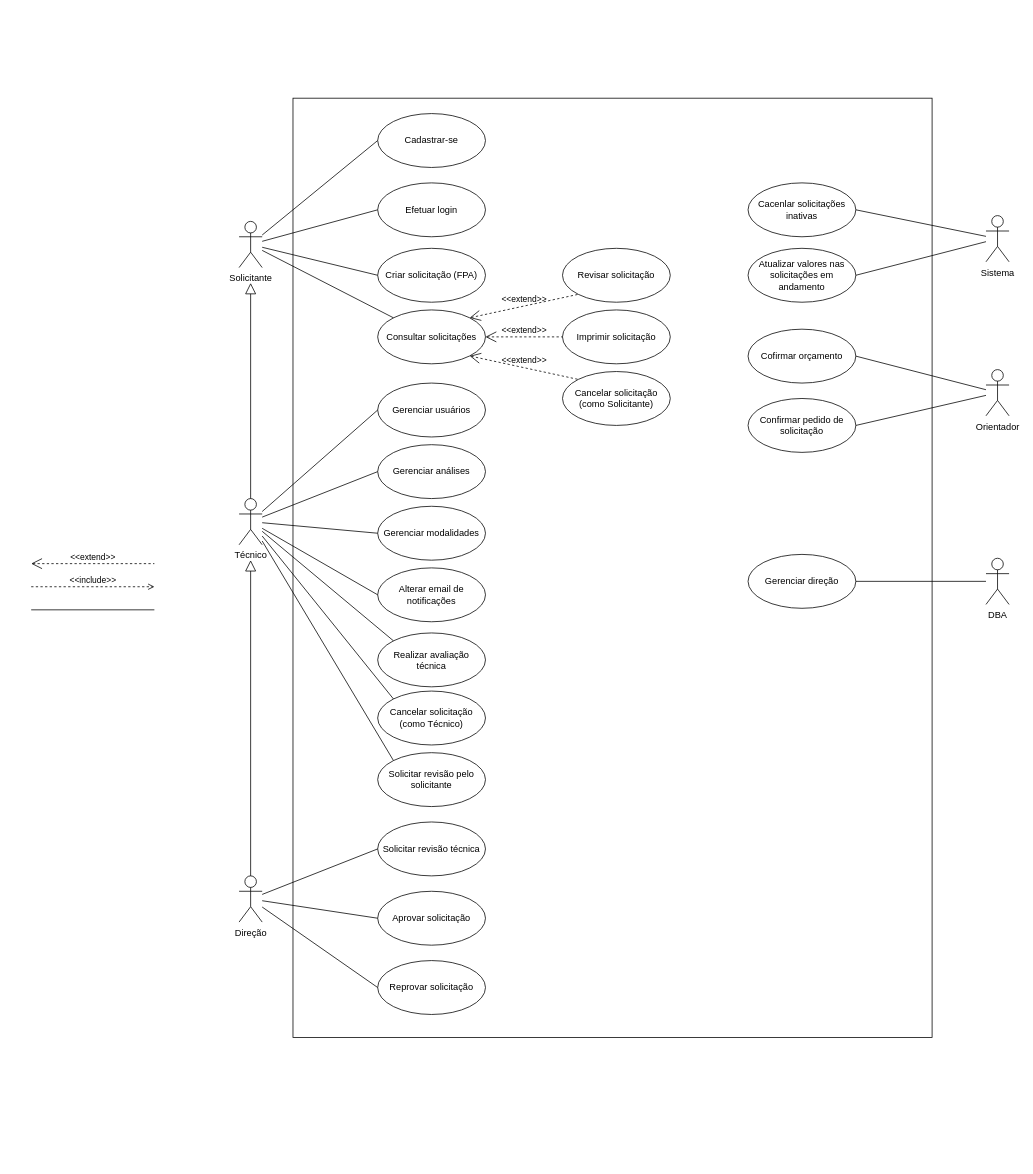
This is docs/diagrama de casos de uso.drawio from CEPAG-UFPR/LAMIR-SisLAMIR-doc, a draw.io file, before an edit. Source tidied: cells renumbered, new cells numbered last; positions are measured from the earlier drawing's top-left corner, leaving out a move shared by most shapes. Both pictures are drawn from the tidied source at 77%, with x=0, y=0 at pixel (31, 98).
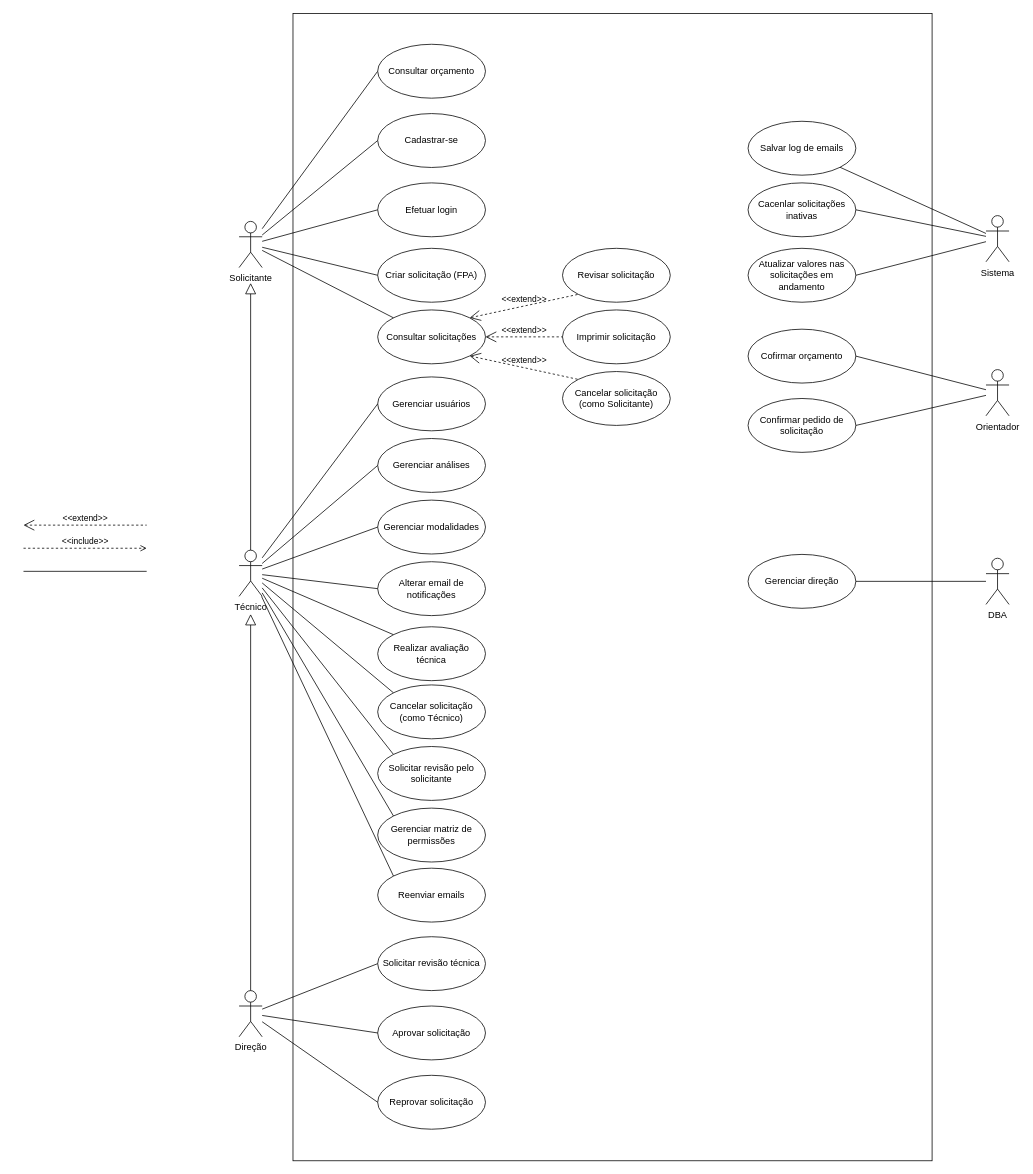
The same page after the edit.

The change refers to these unchanged cells:
```xml
<mxCell id="3" value="Solicitante" style="shape=umlActor;verticalLabelPosition=bottom;verticalAlign=top;html=1;outlineConnect=0;" parent="1" vertex="1">
  <mxGeometry x="270" y="160" width="30" height="60" as="geometry" />
</mxCell>
<mxCell id="5" value="Sistema" style="shape=umlActor;verticalLabelPosition=bottom;verticalAlign=top;html=1;outlineConnect=0;" parent="1" vertex="1">
  <mxGeometry x="1240" y="152.5" width="30" height="60" as="geometry" />
</mxCell>
```

Change to the diagram source:
```diff
@@
     <mxCell id="2" style="rounded=0;whiteSpace=wrap;html=1;fillColor=none;" parent="1" vertex="1">
-      <mxGeometry x="340" width="830" height="1220" as="geometry" />
+      <mxGeometry x="340" y="-110" width="830" height="1490" as="geometry" />
     </mxCell>
+    <mxCell id="58" style="rounded=0;jettySize=auto;html=1;entryX=0;entryY=0.5;entryDx=0;entryDy=0;endArrow=none;startFill=0;" parent="1" edge="1" source="3" target="59">
+      <mxGeometry relative="1" as="geometry" />
+    </mxCell>
@@
     <mxCell id="6" value="Técnico" style="shape=umlActor;verticalLabelPosition=bottom;verticalAlign=top;html=1;outlineConnect=0;" parent="1" vertex="1">
-      <mxGeometry x="270" y="520" width="30" height="60" as="geometry" />
+      <mxGeometry x="270" y="587" width="30" height="60" as="geometry" />
     </mxCell>
     <mxCell id="7" value="Direção" style="shape=umlActor;verticalLabelPosition=bottom;verticalAlign=top;html=1;outlineConnect=0;" parent="1" vertex="1">
-      <mxGeometry x="270" y="1010" width="30" height="60" as="geometry" />
+      <mxGeometry x="270" y="1159" width="30" height="60" as="geometry" />
     </mxCell>
     <mxCell id="8" style="edgeStyle=none;html=1;endArrow=block;endFill=0;endSize=12;verticalAlign=bottom;rounded=0;exitX=0.5;exitY=0;exitDx=0;exitDy=0;exitPerimeter=0;" parent="1" edge="1" source="7">
       <mxGeometry relative="1" as="geometry">
-        <mxPoint x="285" y="600" as="targetPoint" />
+        <mxPoint x="285" y="670" as="targetPoint" />
       </mxGeometry>
     </mxCell>
@@
     <mxCell id="10" style="edgeStyle=none;html=1;endArrow=none;verticalAlign=bottom;rounded=0;" parent="1" edge="1">
       <mxGeometry relative="1" as="geometry">
-        <mxPoint y="664.5" as="sourcePoint" />
-        <mxPoint x="160" y="664.5" as="targetPoint" />
+        <mxPoint x="-10" y="614.5" as="sourcePoint" />
+        <mxPoint x="150" y="614.5" as="targetPoint" />
       </mxGeometry>
     </mxCell>
     <mxCell id="11" value="&amp;lt;&amp;lt;include&amp;gt;&amp;gt;" style="edgeStyle=none;html=1;endArrow=open;verticalAlign=bottom;dashed=1;labelBackgroundColor=none;rounded=0;" parent="1" edge="1">
       <mxGeometry relative="1" as="geometry">
-        <mxPoint y="634.5" as="sourcePoint" />
-        <mxPoint x="160" y="634.5" as="targetPoint" />
+        <mxPoint x="-10" y="584.5" as="sourcePoint" />
+        <mxPoint x="150" y="584.5" as="targetPoint" />
       </mxGeometry>
     </mxCell>
     <mxCell id="12" value="&amp;lt;&amp;lt;extend&amp;gt;&amp;gt;" style="edgeStyle=none;html=1;startArrow=open;endArrow=none;startSize=12;verticalAlign=bottom;dashed=1;labelBackgroundColor=none;rounded=0;" parent="1" edge="1">
       <mxGeometry relative="1" as="geometry">
-        <mxPoint y="604.5" as="sourcePoint" />
-        <mxPoint x="160" y="604.5" as="targetPoint" />
+        <mxPoint x="-10" y="554.5" as="sourcePoint" />
+        <mxPoint x="150" y="554.5" as="targetPoint" />
       </mxGeometry>
     </mxCell>
@@
     <mxCell id="27" value="Gerenciar usuários" style="ellipse;whiteSpace=wrap;html=1;" parent="1" vertex="1">
-      <mxGeometry x="450" y="370" width="140" height="70" as="geometry" />
+      <mxGeometry x="450" y="362" width="140" height="70" as="geometry" />
     </mxCell>
     <mxCell id="28" value="Gerenciar análises" style="ellipse;whiteSpace=wrap;html=1;" parent="1" vertex="1">
-      <mxGeometry x="450" y="450" width="140" height="70" as="geometry" />
+      <mxGeometry x="450" y="442" width="140" height="70" as="geometry" />
     </mxCell>
     <mxCell id="29" value="Gerenciar modalidades" style="ellipse;whiteSpace=wrap;html=1;" parent="1" vertex="1">
-      <mxGeometry x="450" y="530" width="140" height="70" as="geometry" />
+      <mxGeometry x="450" y="522" width="140" height="70" as="geometry" />
     </mxCell>
     <mxCell id="30" value="Alterar email de notificações" style="ellipse;whiteSpace=wrap;html=1;" parent="1" vertex="1">
-      <mxGeometry x="450" y="610" width="140" height="70" as="geometry" />
+      <mxGeometry x="450" y="602" width="140" height="70" as="geometry" />
     </mxCell>
     <mxCell id="31" value="Realizar avaliação técnica" style="ellipse;whiteSpace=wrap;html=1;" parent="1" vertex="1">
-      <mxGeometry x="450" y="694.5" width="140" height="70" as="geometry" />
+      <mxGeometry x="450" y="686.5" width="140" height="70" as="geometry" />
     </mxCell>
@@
     <mxCell id="38" value="Cancelar solicitação (como Técnico)" style="ellipse;whiteSpace=wrap;html=1;" parent="1" vertex="1">
-      <mxGeometry x="450" y="770" width="140" height="70" as="geometry" />
+      <mxGeometry x="450" y="762" width="140" height="70" as="geometry" />
     </mxCell>
@@
     <mxCell id="40" value="Solicitar revisão técnica" style="ellipse;whiteSpace=wrap;html=1;" parent="1" vertex="1">
-      <mxGeometry x="450" y="940" width="140" height="70" as="geometry" />
+      <mxGeometry x="450" y="1089" width="140" height="70" as="geometry" />
     </mxCell>
@@
     <mxCell id="42" value="Aprovar solicitação" style="ellipse;whiteSpace=wrap;html=1;" parent="1" vertex="1">
-      <mxGeometry x="450" y="1030" width="140" height="70" as="geometry" />
+      <mxGeometry x="450" y="1179" width="140" height="70" as="geometry" />
     </mxCell>
     <mxCell id="43" value="Reprovar solicitação" style="ellipse;whiteSpace=wrap;html=1;" parent="1" vertex="1">
-      <mxGeometry x="450" y="1120" width="140" height="70" as="geometry" />
+      <mxGeometry x="450" y="1269" width="140" height="70" as="geometry" />
     </mxCell>
     <mxCell id="44" value="Solicitar revisão pelo solicitante" style="ellipse;whiteSpace=wrap;html=1;" parent="1" vertex="1">
-      <mxGeometry x="450" y="850" width="140" height="70" as="geometry" />
+      <mxGeometry x="450" y="842" width="140" height="70" as="geometry" />
     </mxCell>
@@
+    <mxCell id="59" value="Consultar orçamento" style="ellipse;whiteSpace=wrap;html=1;" parent="1" vertex="1">
+      <mxGeometry x="450" y="-70" width="140" height="70" as="geometry" />
+    </mxCell>
+    <mxCell id="60" value="Gerenciar matriz de permissões" style="ellipse;whiteSpace=wrap;html=1;" parent="1" vertex="1">
+      <mxGeometry x="450" y="922" width="140" height="70" as="geometry" />
+    </mxCell>
+    <mxCell id="61" style="edgeStyle=none;html=1;endArrow=none;verticalAlign=bottom;rounded=0;entryX=0;entryY=0;entryDx=0;entryDy=0;" parent="1" edge="1" source="6" target="60">
+      <mxGeometry relative="1" as="geometry" />
+    </mxCell>
+    <mxCell id="62" value="Salvar log de emails" style="ellipse;whiteSpace=wrap;html=1;" parent="1" vertex="1">
+      <mxGeometry x="931" y="30" width="140" height="70" as="geometry" />
+    </mxCell>
+    <mxCell id="63" style="edgeStyle=none;html=1;endArrow=none;verticalAlign=bottom;rounded=0;entryX=1;entryY=1;entryDx=0;entryDy=0;" parent="1" edge="1" source="5" target="62">
+      <mxGeometry relative="1" as="geometry" />
+    </mxCell>
+    <mxCell id="64" value="Reenviar emails" style="ellipse;whiteSpace=wrap;html=1;" parent="1" vertex="1">
+      <mxGeometry x="450" y="1000" width="140" height="70" as="geometry" />
+    </mxCell>
+    <mxCell id="65" style="edgeStyle=none;html=1;endArrow=none;verticalAlign=bottom;rounded=0;entryX=0;entryY=0;entryDx=0;entryDy=0;" parent="1" edge="1" source="6" target="64">
+      <mxGeometry relative="1" as="geometry" />
+    </mxCell>
```
